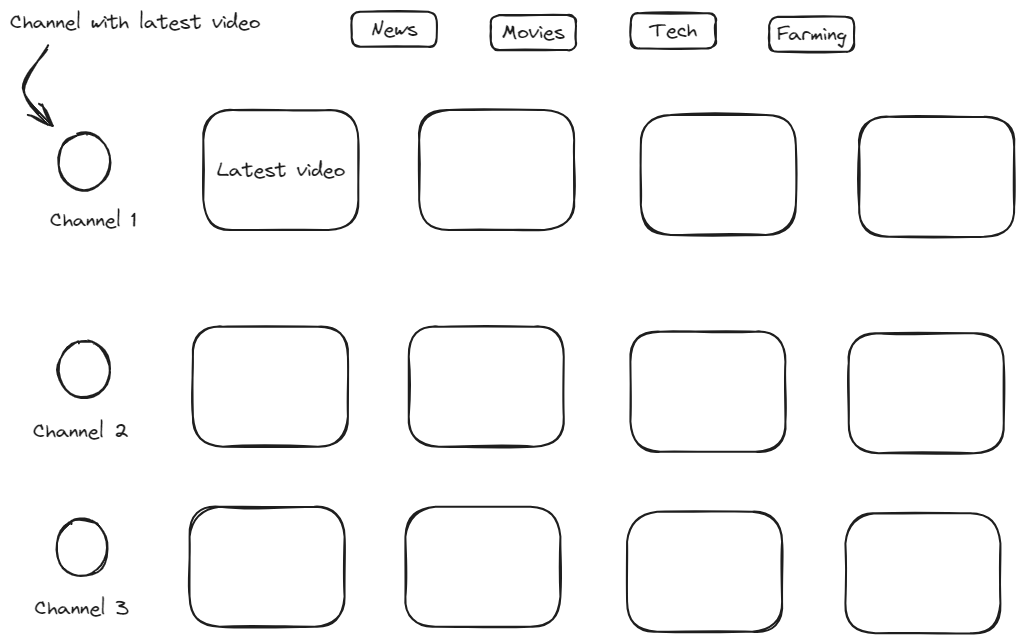
Above: static/blog/keeping-up-with-youtube-channels/tv.excalidraw.png in arunkd13/arunkd13.github.io (Excalidraw), before the change. Source tidied: one line per element, renumbered; positions are measured from the earlier drawing's top-left corner, leaving out a move shared by most shapes.
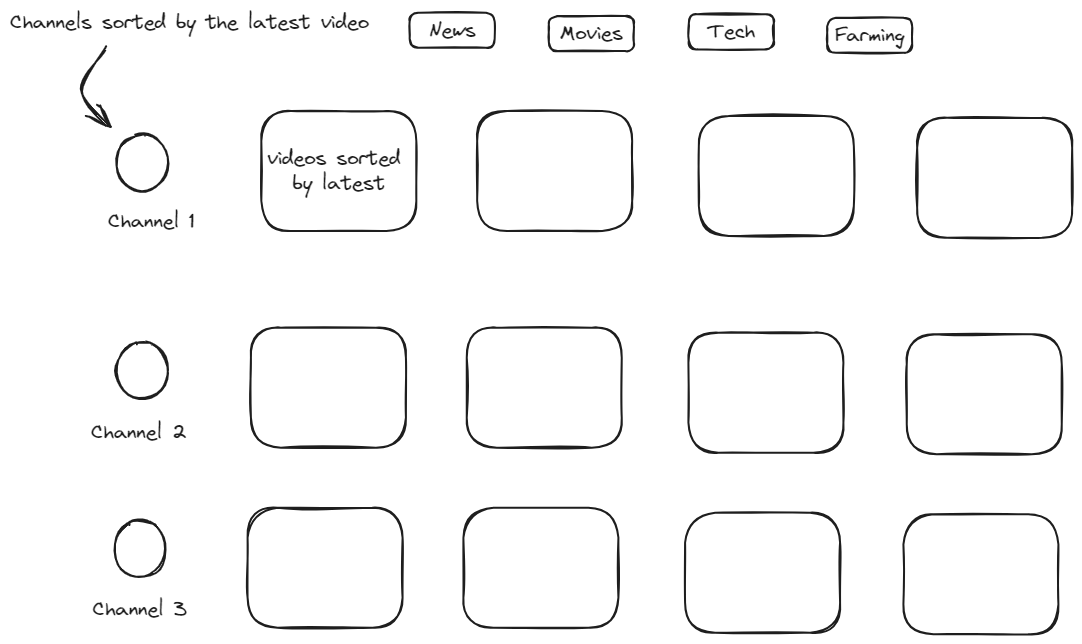
The same file after the commit.

Diff of the diagram source:
```diff
@@ -1,5 +1,5 @@
 {"id": 0, "type": "rectangle", "strokeColor": "#1e1e1e", "strokeWidth": 2, "roughness": 1, "round": true, "x": 193, "y": 100, "width": 155, "height": 120}
-{"id": 1, "type": "text", "text": "Latest video", "strokeColor": "#1e1e1e", "strokeWidth": 2, "roughness": 1, "fontSize": 20, "fontFamily": 1, "textAlign": "center", "verticalAlign": "middle", "inside": 0, "x": 207, "y": 147, "width": 128, "height": 25}
+{"id": 1, "type": "text", "text": "videos sorted \nby latest", "strokeColor": "#1e1e1e", "strokeWidth": 2, "roughness": 1, "fontSize": 20, "fontFamily": 1, "textAlign": "center", "verticalAlign": "middle", "inside": 0, "x": 199, "y": 135, "width": 143, "height": 50}
 {"id": 2, "type": "rectangle", "strokeColor": "#1e1e1e", "strokeWidth": 2, "roughness": 1, "round": true, "x": 409, "y": 100, "width": 155, "height": 120}
 {"id": 3, "type": "rectangle", "strokeColor": "#1e1e1e", "strokeWidth": 2, "roughness": 1, "round": true, "x": 631, "y": 105, "width": 155, "height": 120}
 {"id": 4, "type": "rectangle", "strokeColor": "#1e1e1e", "strokeWidth": 2, "roughness": 1, "round": true, "x": 849, "y": 107, "width": 155, "height": 120}
@@ -25,5 +25,5 @@
 {"id": 24, "type": "text", "text": "Channel 2", "strokeColor": "#1e1e1e", "strokeWidth": 2, "roughness": 1, "fontSize": 20, "fontFamily": 1, "x": 23, "y": 409, "width": 95, "height": 25}
 {"id": 25, "type": "ellipse", "strokeColor": "#1e1e1e", "strokeWidth": 2, "roughness": 1, "round": true, "x": 46, "y": 509, "width": 52, "height": 57}
 {"id": 26, "type": "text", "text": "Channel 3", "strokeColor": "#1e1e1e", "strokeWidth": 2, "roughness": 1, "fontSize": 20, "fontFamily": 1, "x": 25, "y": 586, "width": 95, "height": 25}
-{"id": 27, "type": "arrow", "strokeColor": "#1e1e1e", "angle": 2.26, "strokeWidth": 2, "roughness": 2, "endArrowhead": "arrow", "round": true, "x": 11, "y": 103, "width": 59, "height": 51, "points": [[0, 0], [45, -7], [59, -51]]}
+{"id": 27, "type": "arrow", "strokeColor": "#1e1e1e", "angle": 2.26, "strokeWidth": 2, "roughness": 2, "endArrowhead": "arrow", "round": true, "from": 28, "x": 11, "y": 103, "width": 59, "height": 51, "points": [[0, 0], [45, -7], [59, -51]]}
-{"id": 28, "type": "text", "text": "Channel with latest video", "strokeColor": "#1e1e1e", "strokeWidth": 2, "roughness": 2, "fontSize": 20, "fontFamily": 1, "x": 0, "y": 0, "width": 250, "height": 25}
+{"id": 28, "type": "text", "text": "Channels sorted by the latest video", "strokeColor": "#1e1e1e", "strokeWidth": 2, "roughness": 2, "fontSize": 20, "fontFamily": 1, "x": -58, "y": -1, "width": 359, "height": 25}
```
